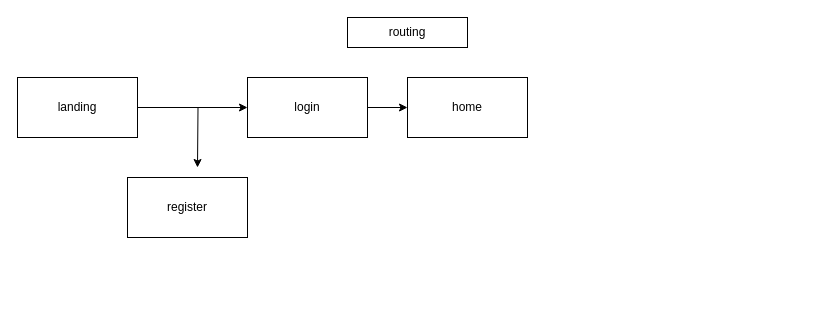
catalinaluta/travel-app keeps this draw.io diagram as docs/2 design/routing.drawio. Above is the earlier version. Source tidied: cells renumbered, new cells numbered last; positions are measured from the earlier drawing's top-left corner, leaving out a move shared by most shapes. Both pictures are drawn from the tidied source at 100%, with x=0, y=0 at pixel (17, 17).
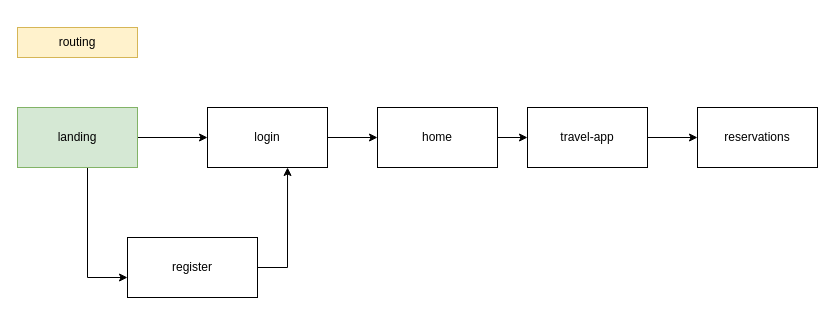
The same page after the edit.

Change to the diagram source:
```diff
@@
 <mxGraphModel>
   <root>
     <mxCell id="0" />
     <mxCell id="1" parent="0" />
     <mxCell id="2" style="edgeStyle=orthogonalEdgeStyle;rounded=0;jettySize=auto;html=1;entryX=0;entryY=0.5;entryDx=0;entryDy=0;" parent="1" edge="1" source="4" target="6">
       <mxGeometry relative="1" as="geometry" />
     </mxCell>
-    <mxCell id="3" style="edgeStyle=orthogonalEdgeStyle;rounded=0;jettySize=auto;html=1;" parent="1" edge="1" source="4">
-      <mxGeometry relative="1" as="geometry">
-        <mxPoint x="180" y="150" as="targetPoint" />
-      </mxGeometry>
-    </mxCell>
+    <mxCell id="10" style="edgeStyle=orthogonalEdgeStyle;rounded=0;jettySize=auto;html=1;" parent="1" edge="1" source="4">
+      <mxGeometry relative="1" as="geometry">
+        <mxPoint x="110" y="260" as="targetPoint" />
+        <Array as="points">
+          <mxPoint x="70" y="260" />
+        </Array>
+      </mxGeometry>
+    </mxCell>
-    <mxCell id="4" value="landing" style="rounded=0;whiteSpace=wrap;html=1;" parent="1" vertex="1">
-      <mxGeometry y="60" width="120" height="60" as="geometry" />
+    <mxCell id="4" value="landing" style="rounded=0;whiteSpace=wrap;html=1;fillColor=#d5e8d4;strokeColor=#82b366;" parent="1" vertex="1">
+      <mxGeometry y="90" width="120" height="60" as="geometry" />
     </mxCell>
     <mxCell id="5" style="edgeStyle=orthogonalEdgeStyle;rounded=0;jettySize=auto;html=1;exitX=1;exitY=0.5;exitDx=0;exitDy=0;entryX=0;entryY=0.5;entryDx=0;entryDy=0;" parent="1" edge="1" source="6" target="8">
       <mxGeometry relative="1" as="geometry" />
     </mxCell>
     <mxCell id="6" value="login" style="rounded=0;whiteSpace=wrap;html=1;" parent="1" vertex="1">
-      <mxGeometry x="230" y="60" width="120" height="60" as="geometry" />
+      <mxGeometry x="190" y="90" width="120" height="60" as="geometry" />
     </mxCell>
+    <mxCell id="11" style="edgeStyle=orthogonalEdgeStyle;rounded=0;jettySize=auto;html=1;entryX=0.667;entryY=1;entryDx=0;entryDy=0;entryPerimeter=0;exitX=1;exitY=0.4;exitDx=0;exitDy=0;exitPerimeter=0;" parent="1" edge="1" source="7" target="6">
+      <mxGeometry relative="1" as="geometry">
+        <Array as="points">
+          <mxPoint x="240" y="250" />
+          <mxPoint x="270" y="250" />
+        </Array>
+      </mxGeometry>
+    </mxCell>
     <mxCell id="7" value="register" style="rounded=0;whiteSpace=wrap;html=1;" parent="1" vertex="1">
-      <mxGeometry x="110" y="160" width="120" height="60" as="geometry" />
+      <mxGeometry x="110" y="220" width="130" height="60" as="geometry" />
     </mxCell>
+    <mxCell id="12" style="edgeStyle=orthogonalEdgeStyle;rounded=0;jettySize=auto;html=1;" parent="1" edge="1" source="8" target="14">
+      <mxGeometry relative="1" as="geometry" />
+    </mxCell>
     <mxCell id="8" value="home" style="rounded=0;whiteSpace=wrap;html=1;" parent="1" vertex="1">
-      <mxGeometry x="390" y="60" width="120" height="60" as="geometry" />
+      <mxGeometry x="360" y="90" width="120" height="60" as="geometry" />
     </mxCell>
-    <mxCell id="9" value="routing" style="rounded=0;whiteSpace=wrap;html=1;" parent="1" vertex="1">
-      <mxGeometry x="330" width="120" height="30" as="geometry" />
+    <mxCell id="9" value="routing" style="rounded=0;whiteSpace=wrap;html=1;fillColor=#fff2cc;strokeColor=#d6b656;" parent="1" vertex="1">
+      <mxGeometry y="10" width="120" height="30" as="geometry" />
     </mxCell>
+    <mxCell id="13" style="edgeStyle=orthogonalEdgeStyle;rounded=0;jettySize=auto;html=1;" parent="1" edge="1" source="14" target="15">
+      <mxGeometry relative="1" as="geometry" />
+    </mxCell>
+    <mxCell id="14" value="travel-app" style="rounded=0;whiteSpace=wrap;html=1;" parent="1" vertex="1">
+      <mxGeometry x="510" y="90" width="120" height="60" as="geometry" />
+    </mxCell>
+    <mxCell id="15" value="reservations" style="rounded=0;whiteSpace=wrap;html=1;" parent="1" vertex="1">
+      <mxGeometry x="680" y="90" width="120" height="60" as="geometry" />
+    </mxCell>
   </root>
 </mxGraphModel>
```
